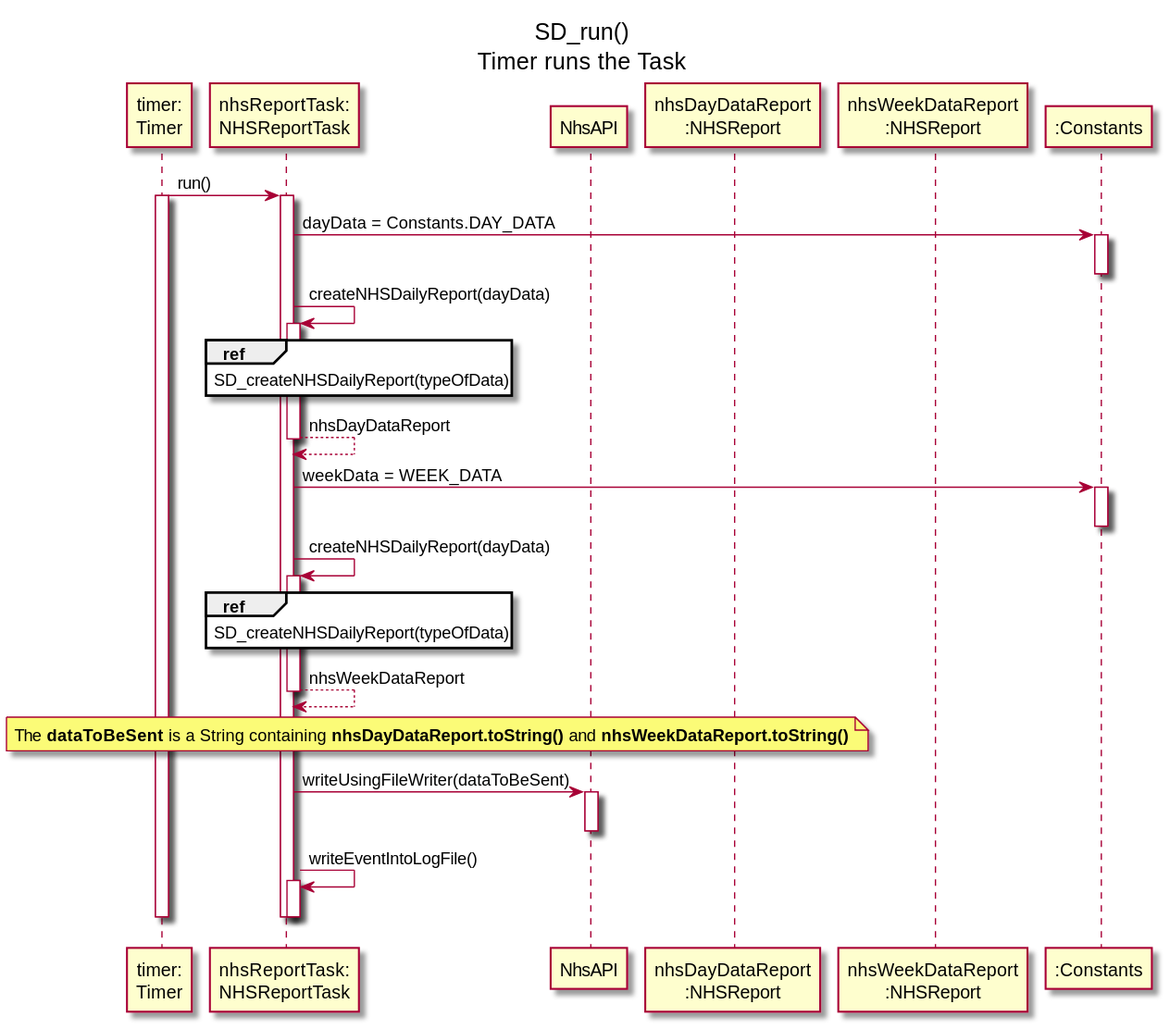
Above: docs/SprintD/US_19/US19_SD_Timer_Runs_Task2.svg in ana-albergaria/LAPR2-ISEP (PlantUML), before the change.
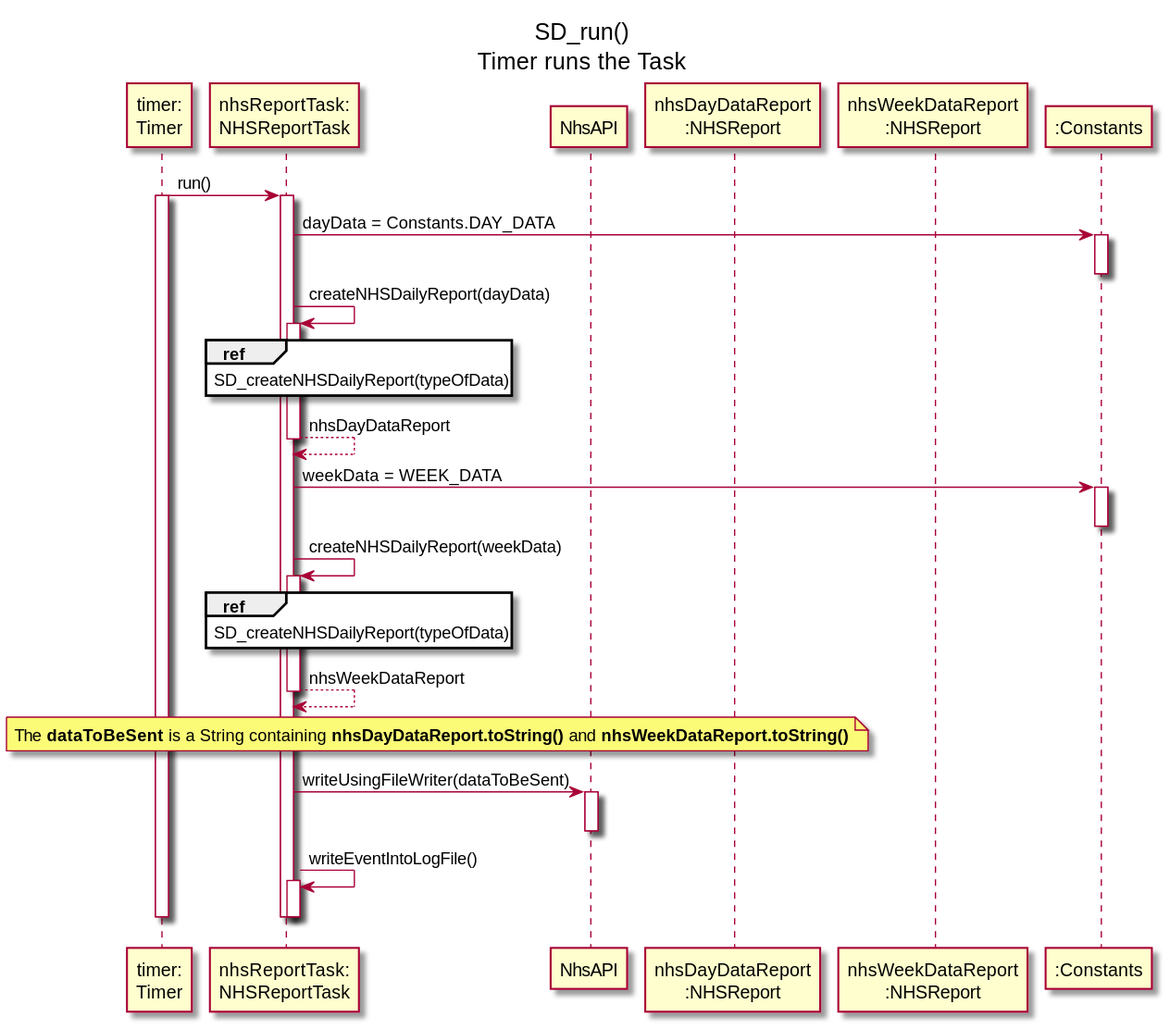
The same file after the commit.

Diff of the diagram source:
```diff
@@ -28,7 +28,7 @@
 TASK -> CONSTANTS : weekData = WEEK_DATA
 activate CONSTANTS
 deactivate CONSTANTS
-TASK -> TASK : createNHSDailyReport(dayData)
+TASK -> TASK : createNHSDailyReport(weekData)
 activate TASK
 ref over TASK
 SD_createNHSDailyReport(typeOfData)
```
